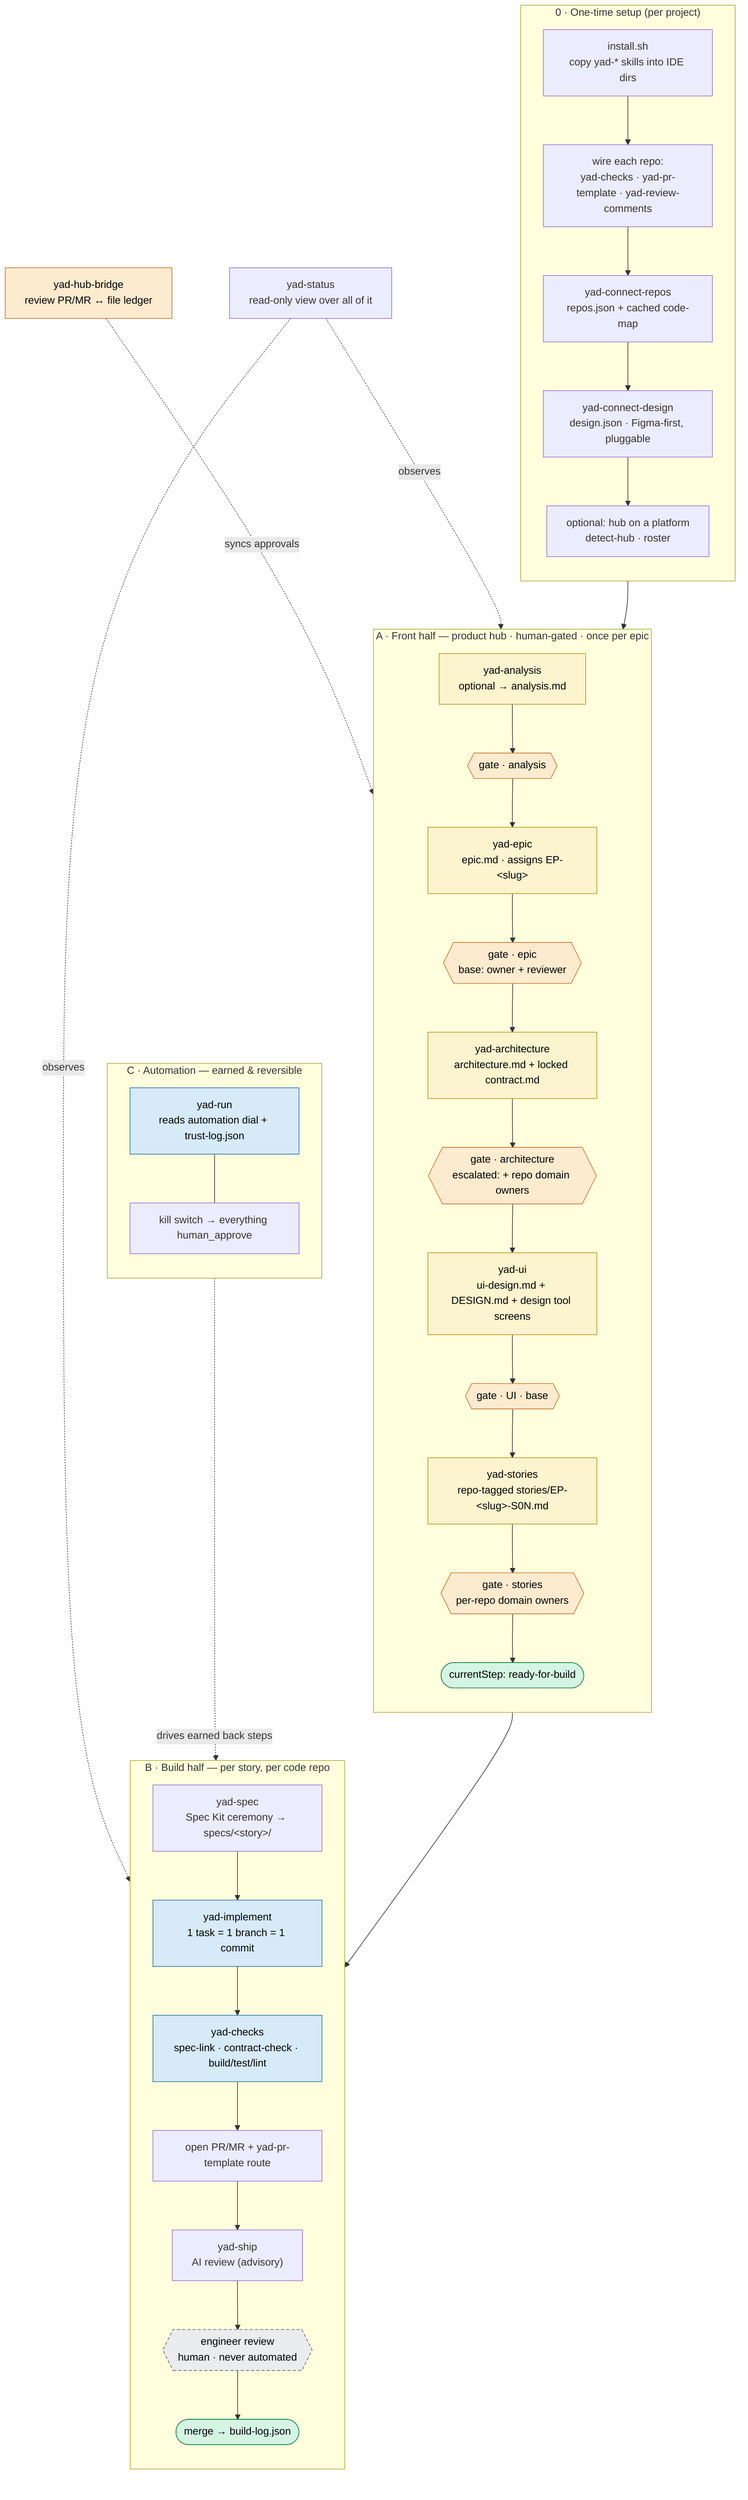
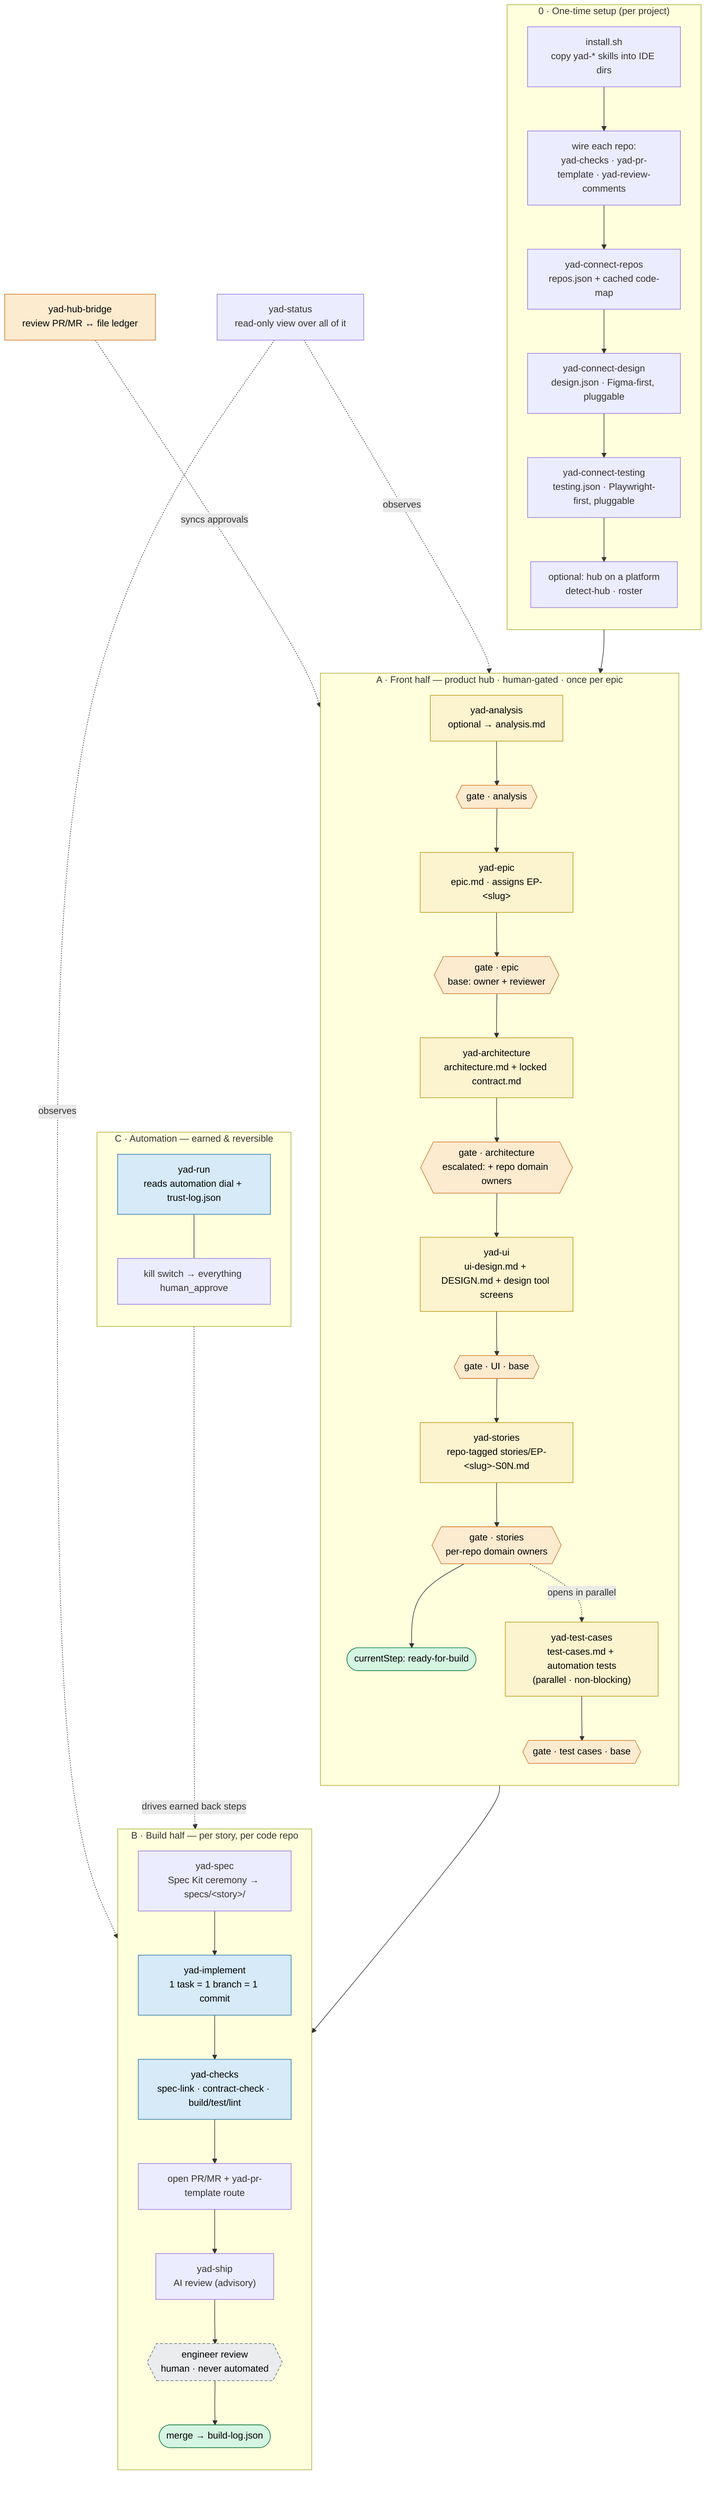
flowchart TD
    classDef gated fill:#fdebd0,stroke:#ca6f1e,color:#000
    classDef earns fill:#d6eaf8,stroke:#2471a3,color:#000
    classDef locked fill:#eaecee,stroke:#566573,color:#000,stroke-dasharray:5 3
    classDef artifact fill:#fcf3cf,stroke:#b7950b,color:#000
    classDef sentinel fill:#d5f5e3,stroke:#1e8449,color:#000

    subgraph SETUP["0 · One-time setup (per project)"]
      direction TB
      inst["install.sh<br/>copy yad-* skills into IDE dirs"]
      wire["wire each repo:<br/>yad-checks · yad-pr-template · yad-review-comments"]
      conn["yad-connect-repos<br/>repos.json + cached code-map"]
      cdes["yad-connect-design<br/>design.json · Figma-first, pluggable"]
+       ctest["yad-connect-testing<br/>testing.json · Playwright-first, pluggable"]
      phub["optional: hub on a platform<br/>detect-hub · roster"]
-       inst --> wire --> conn --> cdes --> phub
+       inst --> wire --> conn --> cdes --> ctest --> phub
    end

    subgraph FRONT["A · Front half — product hub · human-gated · once per epic"]
      direction TB
      an["yad-analysis<br/>optional → analysis.md"]:::artifact
      ep["yad-epic<br/>epic.md · assigns EP-&lt;slug&gt;"]:::artifact
      ar["yad-architecture<br/>architecture.md + locked contract.md"]:::artifact
      ui["yad-ui<br/>ui-design.md + DESIGN.md + design tool screens"]:::artifact
      st["yad-stories<br/>repo-tagged stories/EP-&lt;slug&gt;-S0N.md"]:::artifact
+       tc["yad-test-cases<br/>test-cases.md + automation tests<br/>(parallel · non-blocking)"]:::artifact
      gAn{{"gate · analysis"}}:::gated
      gEp{{"gate · epic<br/>base: owner + reviewer"}}:::gated
      gAr{{"gate · architecture<br/>escalated: + repo domain owners"}}:::gated
      gUi{{"gate · UI · base"}}:::gated
      gSt{{"gate · stories<br/>per-repo domain owners"}}:::gated
+       gTc{{"gate · test cases · base"}}:::gated
      rfb(["currentStep: ready-for-build"]):::sentinel
      an --> gAn --> ep --> gEp --> ar --> gAr --> ui --> gUi --> st --> gSt --> rfb
+       gSt -. opens in parallel .-> tc --> gTc
    end

    subgraph BUILD["B · Build half — per story, per code repo"]
      direction TB
      sp["yad-spec<br/>Spec Kit ceremony → specs/&lt;story&gt;/"]
      im["yad-implement<br/>1 task = 1 branch = 1 commit"]:::earns
      ck["yad-checks<br/>spec-link · contract-check · build/test/lint"]:::earns
      prm["open PR/MR + yad-pr-template route"]
      shp["yad-ship<br/>AI review (advisory)"]
      eng{{"engineer review<br/>human · never automated"}}:::locked
      merged(["merge → build-log.json"]):::sentinel
      sp --> im --> ck --> prm --> shp --> eng --> merged
    end

    subgraph AUTO["C · Automation — earned & reversible"]
      direction TB
      run["yad-run<br/>reads automation dial + trust-log.json"]:::earns
      kill["kill switch → everything human_approve"]
      run --- kill
    end

    phub --> an
    rfb --> sp
    run -. drives earned back steps .-> im
    bridge["yad-hub-bridge<br/>review PR/MR ↔ file ledger"]:::gated
    bridge -. syncs approvals .-> gEp
    status["yad-status<br/>read-only view over all of it"]
    status -. observes .-> FRONT
    status -. observes .-> BUILD
